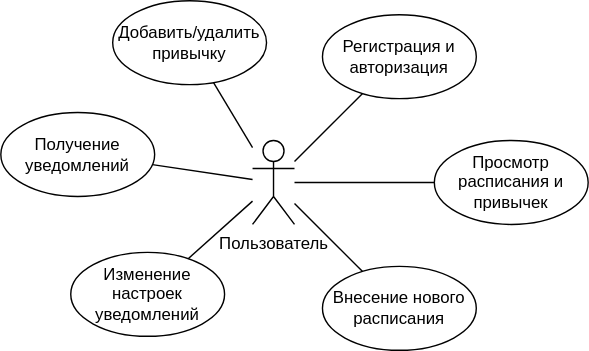
Above: docs/use_case.svg in iuschnic/PPO_BD_CW (draw.io), before the change. Source tidied: cells renumbered, new cells last; positions are measured from the earlier drawing's top-left corner, leaving out a move shared by most shapes.
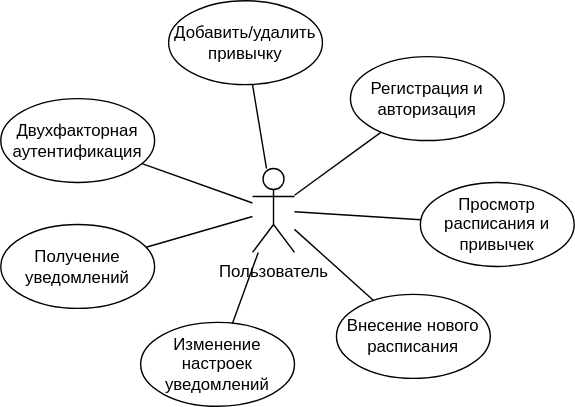
The same diagram one commit later.

Commit message:
fixed use-case diagram, reorganized compose file, updated readme

Change to the diagram source:
```diff
@@ -2,44 +2,50 @@
   <root>
     <mxCell id="0" />
     <mxCell id="1" parent="0" />
+    <mxCell id="15" style="rounded=0;jettySize=auto;html=1;endArrow=none;startFill=0;" parent="1" edge="1" source="2" target="16">
+      <mxGeometry relative="1" as="geometry" />
+    </mxCell>
     <mxCell id="2" value="Пользователь" style="shape=umlActor;verticalLabelPosition=bottom;verticalAlign=top;html=1;outlineConnect=0;" parent="1" vertex="1">
       <mxGeometry x="180" y="100" width="30" height="60" as="geometry" />
     </mxCell>
     <mxCell id="3" value="Добавить/удалить привычку" style="ellipse;whiteSpace=wrap;html=1;" parent="1" vertex="1">
-      <mxGeometry x="80" width="110" height="60" as="geometry" />
+      <mxGeometry x="120" y="-20" width="110" height="60" as="geometry" />
     </mxCell>
     <mxCell id="4" style="endArrow=none;html=1;rounded=0;" parent="1" edge="1" source="3" target="2">
       <mxGeometry relative="1" as="geometry" />
     </mxCell>
     <mxCell id="5" value="Регистрация и авторизация" style="ellipse;whiteSpace=wrap;html=1;" parent="1" vertex="1">
-      <mxGeometry x="230" y="10" width="110" height="60" as="geometry" />
+      <mxGeometry x="250" y="20" width="110" height="60" as="geometry" />
     </mxCell>
     <mxCell id="6" style="endArrow=none;html=1;rounded=0;" parent="1" edge="1" source="2" target="5">
       <mxGeometry relative="1" as="geometry" />
     </mxCell>
     <mxCell id="7" value="Просмотр расписания и привычек" style="ellipse;whiteSpace=wrap;html=1;" parent="1" vertex="1">
-      <mxGeometry x="310" y="100" width="110" height="60" as="geometry" />
+      <mxGeometry x="300" y="110" width="110" height="60" as="geometry" />
     </mxCell>
     <mxCell id="8" style="endArrow=none;html=1;rounded=0;" parent="1" edge="1" source="2" target="7">
       <mxGeometry relative="1" as="geometry" />
     </mxCell>
     <mxCell id="9" value="Внесение нового расписания" style="ellipse;whiteSpace=wrap;html=1;" parent="1" vertex="1">
-      <mxGeometry x="230" y="190" width="110" height="60" as="geometry" />
+      <mxGeometry x="240" y="190" width="110" height="60" as="geometry" />
     </mxCell>
     <mxCell id="10" style="endArrow=none;html=1;rounded=0;" parent="1" edge="1" source="2" target="9">
       <mxGeometry relative="1" as="geometry" />
     </mxCell>
     <mxCell id="11" value="Изменение настроек уведомлений" style="ellipse;whiteSpace=wrap;html=1;" parent="1" vertex="1">
-      <mxGeometry x="50" y="180" width="110" height="60" as="geometry" />
+      <mxGeometry x="100" y="210" width="110" height="60" as="geometry" />
     </mxCell>
     <mxCell id="12" style="endArrow=none;html=1;rounded=0;" parent="1" edge="1" source="11" target="2">
       <mxGeometry relative="1" as="geometry" />
     </mxCell>
     <mxCell id="13" value="Получение уведомлений" style="ellipse;whiteSpace=wrap;html=1;" parent="1" vertex="1">
-      <mxGeometry y="80" width="110" height="60" as="geometry" />
+      <mxGeometry y="140" width="110" height="60" as="geometry" />
     </mxCell>
     <mxCell id="14" style="endArrow=none;html=1;rounded=0;" parent="1" edge="1" source="13" target="2">
       <mxGeometry relative="1" as="geometry" />
     </mxCell>
+    <mxCell id="16" value="Двухфакторная аутентификация" style="ellipse;whiteSpace=wrap;html=1;" parent="1" vertex="1">
+      <mxGeometry y="50" width="110" height="60" as="geometry" />
+    </mxCell>
   </root>
 </mxGraphModel>
```
